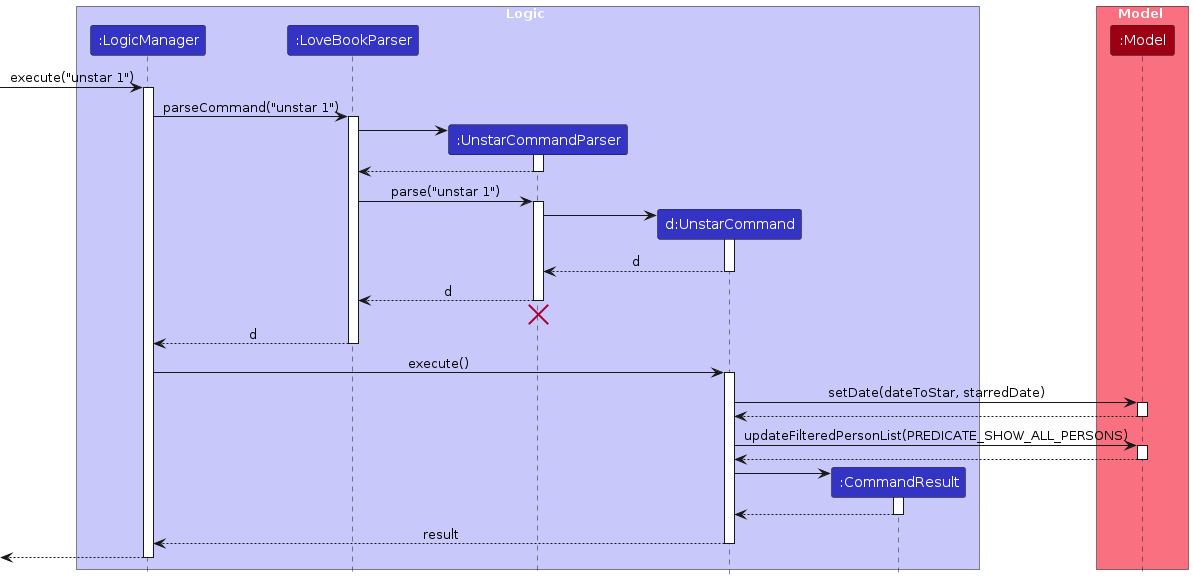
Above: diagrams/UnstarSequence.png in AY2324S1-CS2103T-F10-2/tp (PlantUML), before the change. Its source is kept beside it as diagrams/UnstarSequence.puml. Its diagram source:
```plantuml
@startuml
!include style.puml
skinparam ArrowFontStyle plain

box Logic LOGIC_COLOR_T1
participant ":LogicManager" as LogicManager LOGIC_COLOR
participant ":LoveBookParser" as LoveBookParser LOGIC_COLOR
participant ":UnstarCommandParser" as UnstarCommandParser LOGIC_COLOR
participant "d:UnstarCommand" as UnstarCommand LOGIC_COLOR
participant ":CommandResult" as CommandResult LOGIC_COLOR
end box

box Model MODEL_COLOR_T1
participant ":Model" as Model MODEL_COLOR
end box

[-> LogicManager : execute("unstar 1")
activate LogicManager

LogicManager -> LoveBookParser : parseCommand("unstar 1")
activate LoveBookParser

create UnstarCommandParser
LoveBookParser -> UnstarCommandParser
activate UnstarCommandParser

UnstarCommandParser --> LoveBookParser
deactivate UnstarCommandParser

LoveBookParser -> UnstarCommandParser : parse("unstar 1")
activate UnstarCommandParser

create UnstarCommand
UnstarCommandParser -> UnstarCommand
activate UnstarCommand

UnstarCommand --> UnstarCommandParser : d
deactivate UnstarCommand

UnstarCommandParser --> LoveBookParser : d
deactivate UnstarCommandParser
UnstarCommandParser -[hidden]-> LoveBookParser
destroy UnstarCommandParser

LoveBookParser --> LogicManager : d
deactivate LoveBookParser

LogicManager -> UnstarCommand : execute()
activate UnstarCommand

UnstarCommand -> Model : setDate(dateToStar, starredDate)
activate Model


Model --> UnstarCommand
deactivate Model

UnstarCommand -> Model : updateFilteredPersonList(PREDICATE_SHOW_ALL_PERSONS)
activate Model

Model --> UnstarCommand
deactivate Model

create CommandResult
UnstarCommand -> CommandResult
activate CommandResult

CommandResult --> UnstarCommand
deactivate CommandResult

UnstarCommand --> LogicManager : result
deactivate UnstarCommand

[<--LogicManager
deactivate LogicManager
@enduml
```
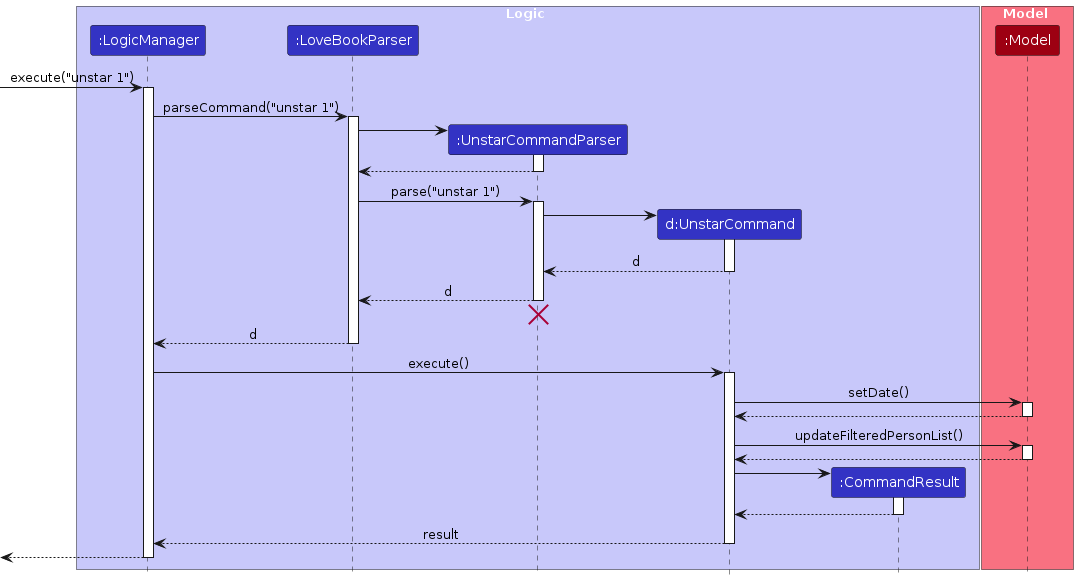
After the change.

Change to the diagram source:
```diff
@@ -48,14 +48,14 @@
 LogicManager -> UnstarCommand : execute()
 activate UnstarCommand
 
-UnstarCommand -> Model : setDate(dateToStar, starredDate)
+UnstarCommand -> Model : setDate()
 activate Model
 
 
 Model --> UnstarCommand
 deactivate Model
 
-UnstarCommand -> Model : updateFilteredPersonList(PREDICATE_SHOW_ALL_PERSONS)
+UnstarCommand -> Model : updateFilteredPersonList()
 activate Model
 
 Model --> UnstarCommand
```
